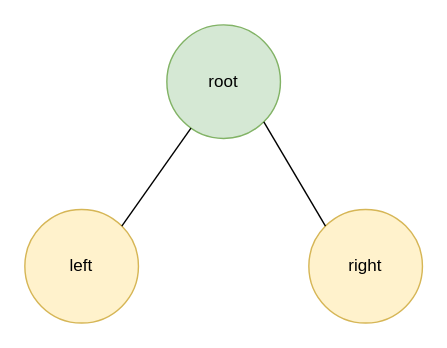
The draw.io diagram test.drawio in tussharlingagiri/beginner-tree-problem, before the edit. Source tidied: cells renumbered, new cells numbered last; positions are measured from the earlier drawing's top-left corner, leaving out a move shared by most shapes. Both pictures are drawn from the tidied source at 142%, with x=0, y=0 at pixel (24, 24).
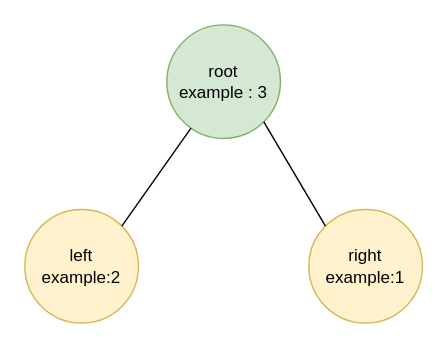
The same page after the edit.

Diff of the diagram source:
```diff
@@
 <mxGraphModel>
   <root>
     <mxCell id="0" />
     <mxCell id="1" parent="0" />
-    <mxCell id="2" value="root" style="ellipse;whiteSpace=wrap;html=1;fillColor=#d5e8d4;strokeColor=#82b366;" parent="1" vertex="1">
+    <mxCell id="2" value="root&lt;br&gt;example : 3" style="ellipse;whiteSpace=wrap;html=1;fillColor=#d5e8d4;strokeColor=#82b366;" parent="1" vertex="1">
       <mxGeometry x="100" width="80" height="80" as="geometry" />
     </mxCell>
-    <mxCell id="3" value="left" style="ellipse;whiteSpace=wrap;html=1;fillColor=#fff2cc;strokeColor=#d6b656;" parent="1" vertex="1">
+    <mxCell id="3" value="left&lt;br&gt;example:2" style="ellipse;whiteSpace=wrap;html=1;fillColor=#fff2cc;strokeColor=#d6b656;" parent="1" vertex="1">
       <mxGeometry y="130" width="80" height="80" as="geometry" />
     </mxCell>
-    <mxCell id="4" value="right" style="ellipse;whiteSpace=wrap;html=1;fillColor=#fff2cc;strokeColor=#d6b656;" parent="1" vertex="1">
+    <mxCell id="4" value="right&lt;br&gt;example:1" style="ellipse;whiteSpace=wrap;html=1;fillColor=#fff2cc;strokeColor=#d6b656;" parent="1" vertex="1">
       <mxGeometry x="200" y="130" width="80" height="80" as="geometry" />
     </mxCell>
     <mxCell id="5" style="endArrow=none;html=1;exitX=1;exitY=0;exitDx=0;exitDy=0;" parent="1" edge="1" source="3" target="2">
       <mxGeometry relative="1" as="geometry" />
     </mxCell>
     <mxCell id="6" style="endArrow=none;html=1;exitX=1;exitY=1;exitDx=0;exitDy=0;entryX=0;entryY=0;entryDx=0;entryDy=0;" parent="1" edge="1" source="2" target="4">
       <mxGeometry relative="1" as="geometry" />
     </mxCell>
   </root>
 </mxGraphModel>
```
